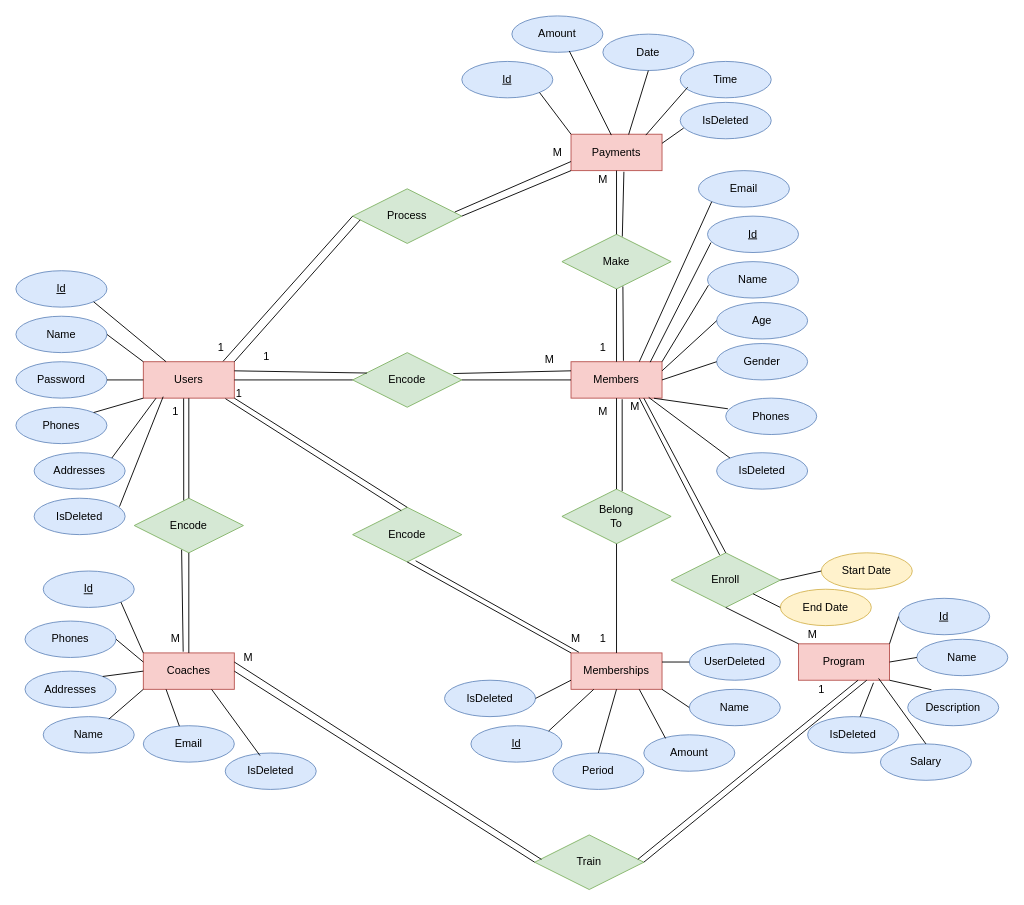
Above: docs/ERD-Gym-Management-System.drawio in Saramohamed13/Gym-Management-System (draw.io), before the change. Source tidied: cells renumbered, new cells numbered last; positions are measured from the earlier drawing's top-left corner, leaving out a move shared by most shapes. Both pictures are drawn from the tidied source at 91%, with x=0, y=0 at pixel (15, 15).
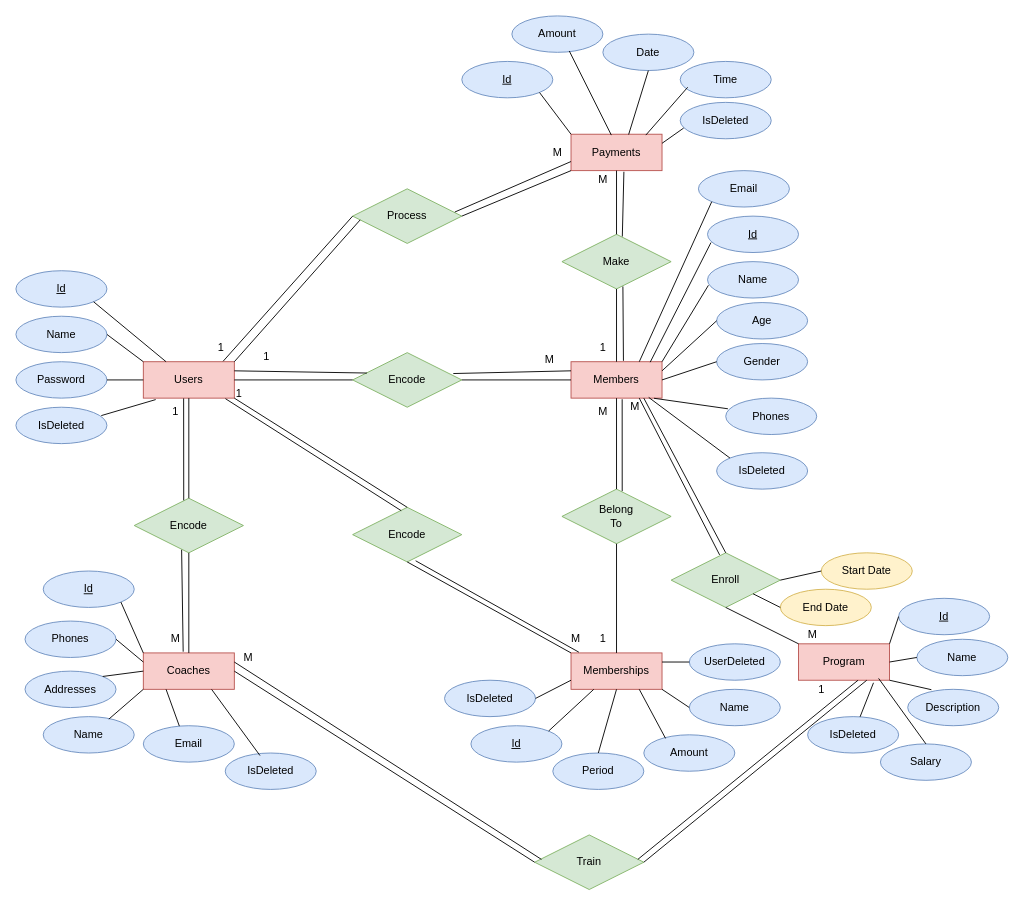
After the change.

Unchanged cells that the change refers to:
```xml
<mxCell id="2" value="Users" style="whiteSpace=wrap;html=1;align=center;fillColor=#f8cecc;strokeColor=#b85450;" parent="1" vertex="1">
  <mxGeometry x="140" y="380" width="100" height="40" as="geometry" />
</mxCell>
<mxCell id="17" value="1" style="text;html=1;align=center;verticalAlign=middle;points=[];strokeColor=none;fillColor=none;" parent="1" vertex="1">
  <mxGeometry x="160" y="420" width="30" height="30" as="geometry" />
</mxCell>
```

The edit, as a diff of the source:
```diff
@@
-    <mxCell id="58" value="Phones" style="ellipse;whiteSpace=wrap;html=1;align=center;fillColor=#dae8fc;strokeColor=#6c8ebf;" parent="1" vertex="1">
-      <mxGeometry y="430" width="100" height="40" as="geometry" />
-    </mxCell>
@@
-    <mxCell id="62" style="endArrow=none;html=1;rounded=0;exitX=1;exitY=0;exitDx=0;exitDy=0;entryX=0;entryY=1;entryDx=0;entryDy=0;" parent="1" edge="1" source="58" target="2">
-      <mxGeometry relative="1" as="geometry" />
-    </mxCell>
@@
-    <mxCell id="67" value="Addresses" style="ellipse;whiteSpace=wrap;html=1;align=center;fillColor=#dae8fc;strokeColor=#6c8ebf;" parent="1" vertex="1">
-      <mxGeometry x="20" y="480" width="100" height="40" as="geometry" />
-    </mxCell>
-    <mxCell id="68" style="endArrow=none;html=1;rounded=0;exitX=1;exitY=0;exitDx=0;exitDy=0;" parent="1" edge="1" source="67">
-      <mxGeometry relative="1" as="geometry">
-        <mxPoint x="154" y="420" as="targetPoint" />
-      </mxGeometry>
-    </mxCell>
@@
     <mxCell id="116" value="IsDeleted" style="ellipse;whiteSpace=wrap;html=1;align=center;fillColor=#dae8fc;strokeColor=#6c8ebf;" parent="1" vertex="1">
-      <mxGeometry x="20" y="530" width="100" height="40" as="geometry" />
+      <mxGeometry y="430" width="100" height="40" as="geometry" />
     </mxCell>
-    <mxCell id="117" style="endArrow=none;html=1;rounded=0;exitX=0.938;exitY=0.23;exitDx=0;exitDy=0;exitPerimeter=0;entryX=0.06;entryY=-0.053;entryDx=0;entryDy=0;entryPerimeter=0;" parent="1" edge="1" source="116" target="17">
+    <mxCell id="117" style="endArrow=none;html=1;rounded=0;exitX=0.938;exitY=0.23;exitDx=0;exitDy=0;exitPerimeter=0;entryX=0.136;entryY=1.04;entryDx=0;entryDy=0;entryPerimeter=0;" parent="1" edge="1" source="116" target="2">
       <mxGeometry relative="1" as="geometry" />
     </mxCell>
```
